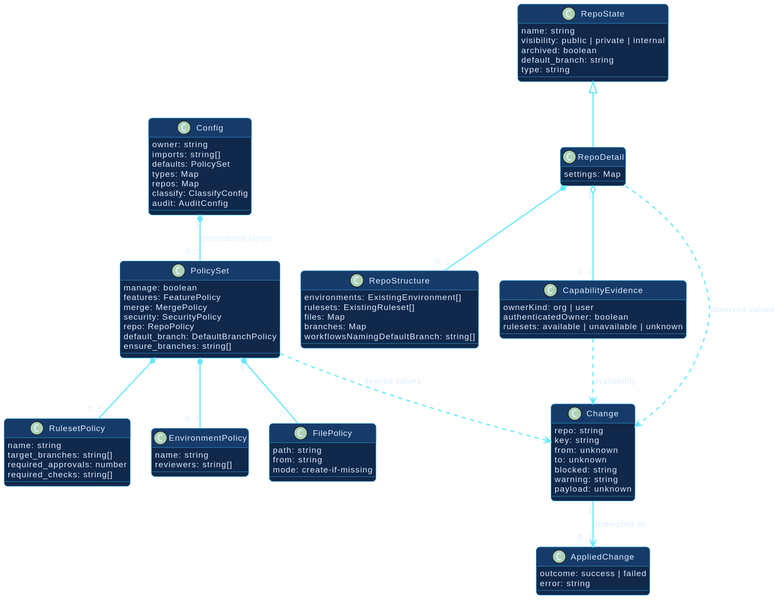
Before: docs/assets/diagrams/domain-model.svg, a diagram exported from PlantUML (hector-ae21/octoform-docs).
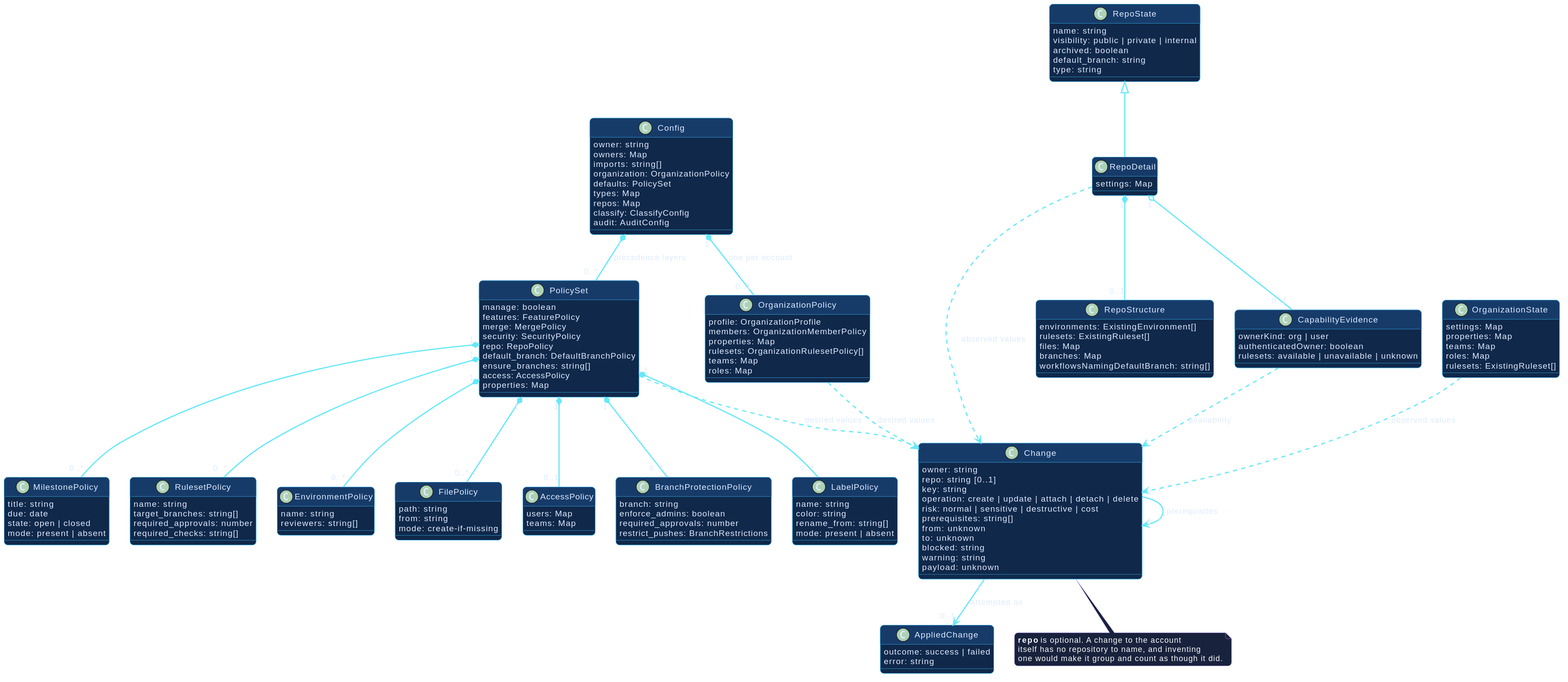
Later version of the same file.

What changed in the source:
```diff
@@ -3,12 +3,23 @@
 
 class Config {
   owner: string
+  owners: Map
   imports: string[]
+  organization: OrganizationPolicy
   defaults: PolicySet
   types: Map
   repos: Map
   classify: ClassifyConfig
   audit: AuditConfig
+}
+
+class OrganizationPolicy {
+  profile: OrganizationProfile
+  members: OrganizationMemberPolicy
+  properties: Map
+  rulesets: OrganizationRulesetPolicy[]
+  teams: Map
+  roles: Map
 }
 
 class PolicySet {
@@ -19,6 +30,34 @@
   repo: RepoPolicy
   default_branch: DefaultBranchPolicy
   ensure_branches: string[]
+  access: AccessPolicy
+  properties: Map
+}
+
+class AccessPolicy {
+  users: Map
+  teams: Map
+}
+
+class BranchProtectionPolicy {
+  branch: string
+  enforce_admins: boolean
+  required_approvals: number
+  restrict_pushes: BranchRestrictions
+}
+
+class LabelPolicy {
+  name: string
+  color: string
+  rename_from: string[]
+  mode: present | absent
+}
+
+class MilestonePolicy {
+  title: string
+  due: date
+  state: open | closed
+  mode: present | absent
 }
 
 class RulesetPolicy {
@@ -66,8 +105,12 @@
 }
 
 class Change {
-  repo: string
+  owner: string
+  repo: string [0..1]
   key: string
+  operation: create | update | attach | detach | delete
+  risk: normal | sensitive | destructive | cost
+  prerequisites: string[]
   from: unknown
   to: unknown
   blocked: string
@@ -75,20 +118,42 @@
   payload: unknown
 }
 
+class OrganizationState {
+  settings: Map
+  properties: Map
+  teams: Map
+  roles: Map
+  rulesets: ExistingRuleset[]
+}
+
 class AppliedChange {
   outcome: success | failed
   error: string
 }
 
+Config "1" *-- "0..1" OrganizationPolicy : one per account
 Config "1" *-- "0..*" PolicySet : precedence layers
 PolicySet "1" *-- "0..*" RulesetPolicy
+PolicySet "1" *-- "0..*" BranchProtectionPolicy
+PolicySet "1" *-- "0..1" AccessPolicy
+PolicySet "1" *-- "0..*" LabelPolicy
+PolicySet "1" *-- "0..*" MilestonePolicy
 PolicySet "1" *-- "0..*" EnvironmentPolicy
 PolicySet "1" *-- "0..*" FilePolicy
 RepoState <|-- RepoDetail
 RepoDetail "1" *-- "0..1" RepoStructure
 RepoDetail "1" o-- "0..1" CapabilityEvidence
+OrganizationPolicy ..> Change : desired values
+OrganizationState ..> Change : observed values
 PolicySet ..> Change : desired values
 RepoDetail ..> Change : observed values
 CapabilityEvidence ..> Change : availability
+Change "0..*" --> "0..*" Change : prerequisites
 Change "1" --> "0..1" AppliedChange : attempted as
+
+note bottom of Change
+  <b>repo</b> is optional. A change to the account
+  itself has no repository to name, and inventing
+  one would make it group and count as though it did.
+end note
 @enduml
```
